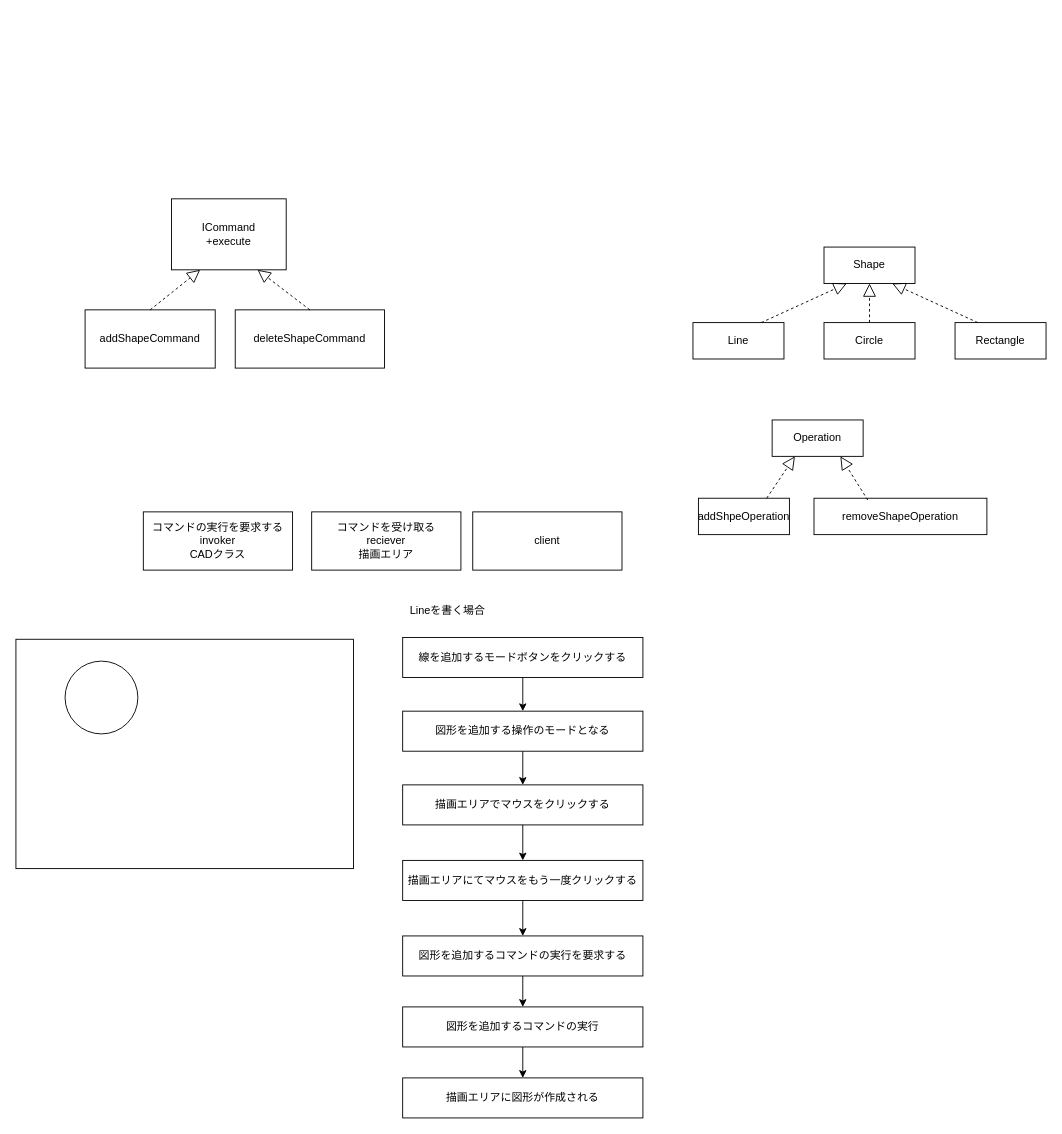
kosyo1204/cad_app keeps this draw.io diagram as doc/class.dio. Above is the earlier version. Source tidied: cells renumbered, new cells numbered last; positions are measured from the earlier drawing's top-left corner, leaving out a move shared by most shapes. Both pictures are drawn from the tidied source at 91%, with x=0, y=0 at pixel (15, 198).
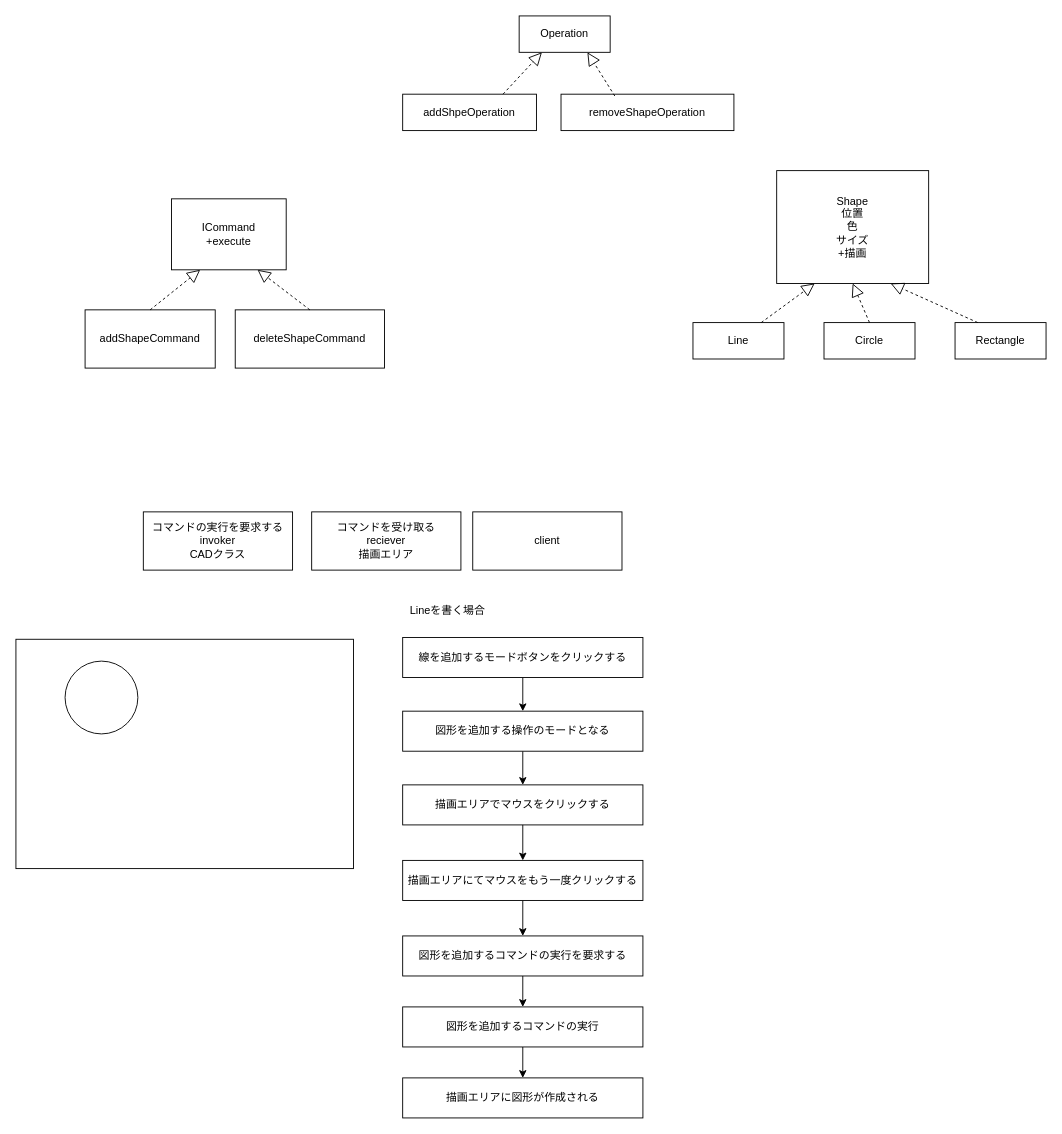
After the change.

Change to the diagram source:
```diff
@@
-    <mxCell id="2" value="Shape" style="whiteSpace=wrap;html=1;align=center;" parent="1" vertex="1">
-      <mxGeometry x="888" y="53" width="100" height="40" as="geometry" />
+    <mxCell id="2" value="Shape&lt;br&gt;位置&lt;br&gt;色&lt;br&gt;サイズ&lt;br&gt;+描画" style="whiteSpace=wrap;html=1;align=center;" parent="1" vertex="1">
+      <mxGeometry x="836" y="-31" width="167" height="124" as="geometry" />
     </mxCell>
@@
     <mxCell id="31" value="Operation" style="whiteSpace=wrap;html=1;align=center;" parent="1" vertex="1">
-      <mxGeometry x="831" y="243" width="100" height="40" as="geometry" />
+      <mxGeometry x="553" y="-201" width="100" height="40" as="geometry" />
     </mxCell>
     <mxCell id="32" value="addShpeOperation" style="whiteSpace=wrap;html=1;align=center;" parent="1" vertex="1">
-      <mxGeometry x="750" y="329" width="100" height="40" as="geometry" />
+      <mxGeometry x="425" y="-115" width="147" height="40" as="geometry" />
     </mxCell>
     <mxCell id="33" value="removeShapeOperation" style="whiteSpace=wrap;html=1;align=center;" parent="1" vertex="1">
-      <mxGeometry x="877" y="329" width="190" height="40" as="geometry" />
+      <mxGeometry x="599" y="-115" width="190" height="40" as="geometry" />
     </mxCell>
```
